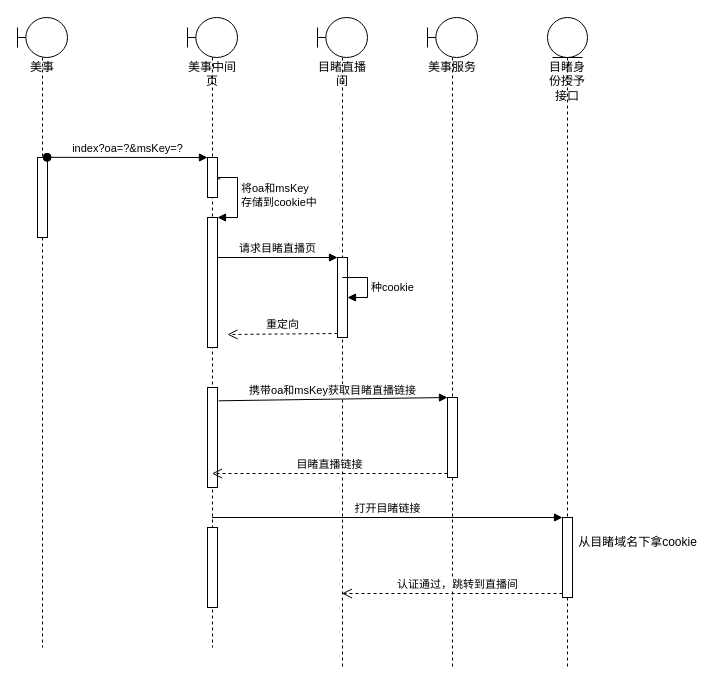
Above: anquan.drawio in nullbull/uml (draw.io), before the change. Source tidied: cells renumbered, new cells numbered last; positions are measured from the earlier drawing's top-left corner, leaving out a move shared by most shapes. Both pictures are drawn from the tidied source at 100%, with x=0, y=0 at pixel (17, 17).
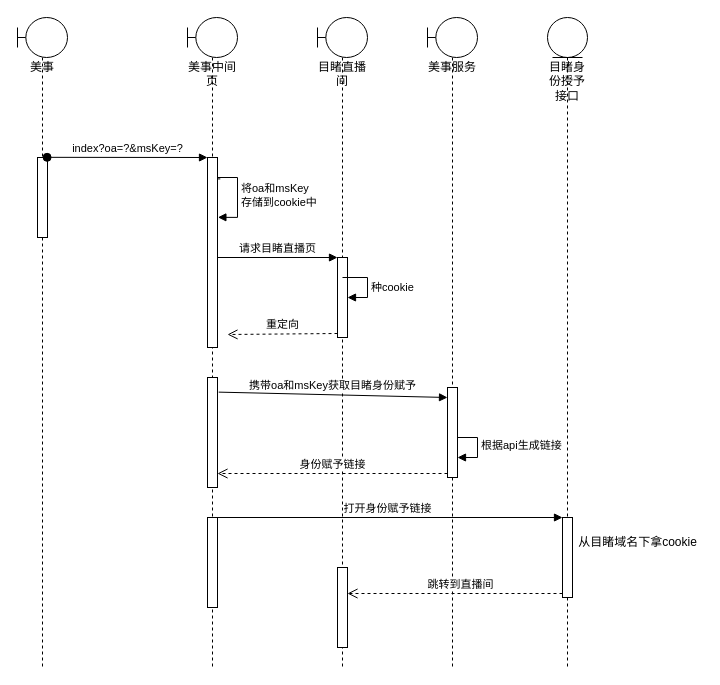
The same diagram, later.

The change refers to these unchanged cells:
```xml
<mxCell id="3" style="html=1;points=[];perimeter=orthogonalPerimeter;" parent="2" vertex="1">
  <mxGeometry x="20" y="140" width="10" height="80" as="geometry" />
</mxCell>
<mxCell id="9" value="目睹直播间" style="shape=umlLifeline;participant=umlBoundary;perimeter=lifelinePerimeter;whiteSpace=wrap;html=1;verticalAlign=top;spacingTop=36;outlineConnect=0;" parent="1" vertex="1">
  <mxGeometry x="300" width="50" height="650" as="geometry" />
</mxCell>
<mxCell id="14" value="美事服务" style="shape=umlLifeline;participant=umlBoundary;perimeter=lifelinePerimeter;whiteSpace=wrap;html=1;verticalAlign=top;spacingTop=36;" parent="1" vertex="1">
  <mxGeometry x="410" width="50" height="650" as="geometry" />
</mxCell>
<mxCell id="23" style="html=1;points=[];perimeter=orthogonalPerimeter;" parent="1" vertex="1">
  <mxGeometry x="545" y="500" width="10" height="80" as="geometry" />
</mxCell>
```

The edit, as a diff of the source:
```diff
@@
     <mxCell id="2" value="美事" style="shape=umlLifeline;participant=umlBoundary;perimeter=lifelinePerimeter;whiteSpace=wrap;html=1;verticalAlign=top;spacingTop=36;" parent="1" vertex="1">
-      <mxGeometry width="50" height="630" as="geometry" />
+      <mxGeometry width="50" height="650" as="geometry" />
     </mxCell>
@@
     <mxCell id="4" value="美事中间页" style="shape=umlLifeline;participant=umlBoundary;perimeter=lifelinePerimeter;whiteSpace=wrap;html=1;verticalAlign=top;spacingTop=36;outlineConnect=0;" parent="1" vertex="1">
-      <mxGeometry x="170" width="50" height="630" as="geometry" />
+      <mxGeometry x="170" width="50" height="650" as="geometry" />
     </mxCell>
-    <mxCell id="5" style="html=1;points=[];perimeter=orthogonalPerimeter;" parent="4" vertex="1">
-      <mxGeometry x="20" y="140" width="10" height="40" as="geometry" />
-    </mxCell>
     <mxCell id="6" style="html=1;points=[];perimeter=orthogonalPerimeter;" parent="4" vertex="1">
-      <mxGeometry x="20" y="200" width="10" height="130" as="geometry" />
+      <mxGeometry x="20" y="140" width="10" height="190" as="geometry" />
     </mxCell>
-    <mxCell id="7" value="将oa和msKey&lt;br&gt;存储到cookie中" style="edgeStyle=orthogonalEdgeStyle;html=1;align=left;spacingLeft=2;endArrow=block;rounded=0;entryX=1;entryY=0;exitX=1.28;exitY=0.535;exitDx=0;exitDy=0;exitPerimeter=0;" parent="4" edge="1" source="5" target="6">
+    <mxCell id="7" value="将oa和msKey&lt;br&gt;存储到cookie中" style="edgeStyle=orthogonalEdgeStyle;html=1;align=left;spacingLeft=2;endArrow=block;rounded=0;entryX=1.04;entryY=0.315;exitX=1.28;exitY=0.535;exitDx=0;exitDy=0;exitPerimeter=0;entryDx=0;entryDy=0;entryPerimeter=0;" parent="4" edge="1" target="6">
       <mxGeometry relative="1" as="geometry">
+        <mxPoint x="32.8" y="161.4" as="sourcePoint" />
         <Array as="points">
           <mxPoint x="30" y="161" />
           <mxPoint x="30" y="160" />
           <mxPoint x="50" y="160" />
           <mxPoint x="50" y="200" />
         </Array>
       </mxGeometry>
     </mxCell>
     <mxCell id="8" style="html=1;perimeter=orthogonalPerimeter;" parent="4" vertex="1">
-      <mxGeometry x="20" y="510" width="10" height="80" as="geometry" />
+      <mxGeometry x="20" y="500" width="10" height="90" as="geometry" />
     </mxCell>
@@
+    <mxCell id="25" style="html=1;perimeter=orthogonalPerimeter;" parent="9" vertex="1">
+      <mxGeometry x="20" y="550" width="10" height="80" as="geometry" />
+    </mxCell>
-    <mxCell id="11" value="index?oa=?&amp;amp;msKey=?" style="html=1;verticalAlign=bottom;startArrow=oval;endArrow=block;startSize=8;exitX=0.96;exitY=-0.002;exitDx=0;exitDy=0;exitPerimeter=0;" parent="1" edge="1" source="3" target="5">
-      <mxGeometry relative="1" as="geometry" />
+    <mxCell id="11" value="index?oa=?&amp;amp;msKey=?" style="html=1;verticalAlign=bottom;startArrow=oval;endArrow=block;startSize=8;exitX=0.96;exitY=-0.002;exitDx=0;exitDy=0;exitPerimeter=0;" parent="1" edge="1" source="3">
+      <mxGeometry relative="1" as="geometry">
+        <mxPoint x="190" y="140" as="targetPoint" />
+      </mxGeometry>
     </mxCell>
@@
-    <mxCell id="15" style="html=1;points=[];perimeter=orthogonalPerimeter;" parent="14" vertex="1">
-      <mxGeometry x="20" y="380" width="10" height="80" as="geometry" />
-    </mxCell>
+    <mxCell id="26" value="根据api生成链接" style="edgeStyle=orthogonalEdgeStyle;html=1;align=left;spacingLeft=2;endArrow=block;rounded=0;entryX=1;entryY=0;" parent="14" edge="1">
+      <mxGeometry relative="1" as="geometry">
+        <mxPoint x="25" y="420" as="sourcePoint" />
+        <mxPoint x="30" y="440" as="targetPoint" />
+        <Array as="points">
+          <mxPoint x="50" y="420" />
+        </Array>
+      </mxGeometry>
+    </mxCell>
+    <mxCell id="27" style="html=1;perimeter=orthogonalPerimeter;" parent="14" vertex="1">
+      <mxGeometry x="20" y="370" width="10" height="90" as="geometry" />
+    </mxCell>
     <mxCell id="16" style="html=1;points=[];perimeter=orthogonalPerimeter;" parent="1" vertex="1">
-      <mxGeometry x="190" y="370" width="10" height="100" as="geometry" />
+      <mxGeometry x="190" y="360" width="10" height="110" as="geometry" />
     </mxCell>
-    <mxCell id="17" value="携带oa和msKey获取目睹直播链接" style="html=1;verticalAlign=bottom;endArrow=block;entryX=0;entryY=0;exitX=1.12;exitY=0.133;exitDx=0;exitDy=0;exitPerimeter=0;" parent="1" edge="1" source="16" target="15">
-      <mxGeometry relative="1" as="geometry" />
+    <mxCell id="17" value="携带oa和msKey获取目睹身份赋予" style="html=1;verticalAlign=bottom;endArrow=block;entryX=0;entryY=0;exitX=1.12;exitY=0.133;exitDx=0;exitDy=0;exitPerimeter=0;" parent="1" edge="1" source="16">
+      <mxGeometry relative="1" as="geometry">
+        <mxPoint x="430" y="380" as="targetPoint" />
+      </mxGeometry>
     </mxCell>
-    <mxCell id="18" value="目睹直播链接" style="html=1;verticalAlign=bottom;endArrow=open;dashed=1;endSize=8;exitX=0;exitY=0.95;" parent="1" edge="1" source="15" target="4">
-      <mxGeometry relative="1" as="geometry" />
+    <mxCell id="18" value="身份赋予链接" style="html=1;verticalAlign=bottom;endArrow=open;dashed=1;endSize=8;exitX=0;exitY=0.95;" parent="1" edge="1">
+      <mxGeometry relative="1" as="geometry">
+        <mxPoint x="430" y="456" as="sourcePoint" />
+        <mxPoint x="200" y="456" as="targetPoint" />
+      </mxGeometry>
     </mxCell>
@@
-    <mxCell id="21" value="打开目睹链接" style="html=1;verticalAlign=bottom;endArrow=block;entryX=0;entryY=0;" parent="1" edge="1" source="4" target="23">
+    <mxCell id="21" value="打开身份赋予链接" style="html=1;verticalAlign=bottom;endArrow=block;entryX=0;entryY=0;" parent="1" edge="1" source="4" target="23">
       <mxGeometry relative="1" as="geometry" />
     </mxCell>
-    <mxCell id="22" value="认证通过，跳转到直播间" style="html=1;verticalAlign=bottom;endArrow=open;dashed=1;endSize=8;exitX=0;exitY=0.95;" parent="1" edge="1" source="23" target="9">
-      <mxGeometry x="-0.05" relative="1" as="geometry" />
+    <mxCell id="22" value="跳转到直播间" style="html=1;verticalAlign=bottom;endArrow=open;dashed=1;endSize=8;exitX=0;exitY=0.95;" parent="1" edge="1" source="23">
+      <mxGeometry x="-0.05" relative="1" as="geometry">
+        <mxPoint x="330" y="576" as="targetPoint" />
+      </mxGeometry>
     </mxCell>
```
